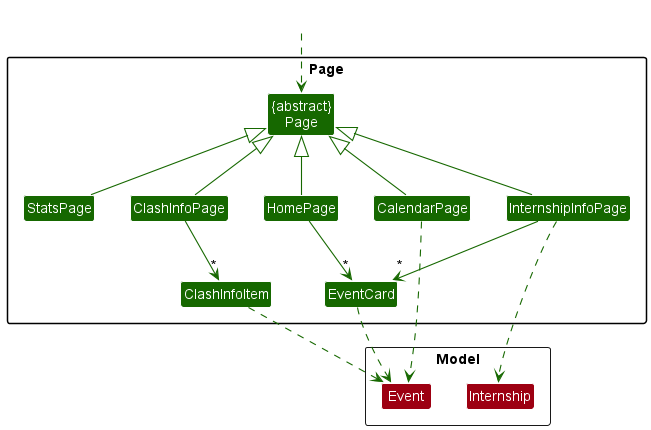
Above: docs/images/PageClasses.png in nus-cs2103-AY2223S2/tp (PlantUML), before the change. Its diagram source:
```plantuml
@startuml
!include style.puml
skinparam arrowThickness 1.1
skinparam arrowColor UI_COLOR_T3
skinparam classBackgroundColor UI_COLOR_T3

package Page {
class "{abstract}\nPage" as Page
class InternshipInfoPage
class ClashInfoPage
class ClashInfoItem
class StatsPage
class HomePage
class CalendarPage
class EventCard
}

Class HiddenOutside #FFFFFF
HiddenOutside ..> Page


package Model <<Rectangle>> {
Class Event MODEL_COLOR
Class Internship MODEL_COLOR
}


Page <|-down- InternshipInfoPage
Page <|-down- HomePage
Page <|-down- ClashInfoPage
Page <|-down- StatsPage
Page <|-down- CalendarPage

ClashInfoPage -down-> "*" ClashInfoItem
HomePage -down-> "*" EventCard
InternshipInfoPage -down-> "*" EventCard

EventCard .down.> Event
ClashInfoItem .down.> Event
CalendarPage .down.> Event

InternshipInfoPage .down.> Internship

StatsPage -[hidden]right- InternshipInfoPage
InternshipInfoPage -[hidden]right- HomePage
HomePage -[hidden]right- ClashInfoPage
ClashInfoPage -[hidden]right- CalendarPage

CalendarPage -[hidden]right- InternshipInfoPage


EventCard -[hidden]down- Event
InternshipInfoPage -[hidden]down- Internship



@enduml
```
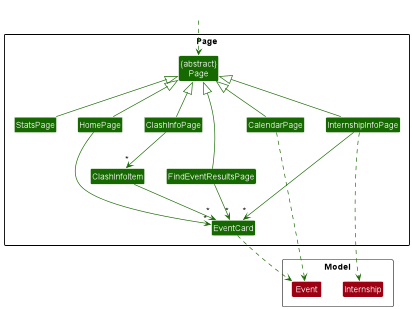
After the change.

Change to the diagram source:
```diff
@@ -13,6 +13,7 @@
 class HomePage
 class CalendarPage
 class EventCard
+class FindEventResultsPage
 }
 
 Class HiddenOutside #FFFFFF
@@ -30,13 +31,15 @@
 Page <|-down- ClashInfoPage
 Page <|-down- StatsPage
 Page <|-down- CalendarPage
+Page <|-down- FindEventResultsPage
 
 ClashInfoPage -down-> "*" ClashInfoItem
 HomePage -down-> "*" EventCard
 InternshipInfoPage -down-> "*" EventCard
+ClashInfoItem -down-> "*" EventCard
+FindEventResultsPage -down-> "*" EventCard
 
 EventCard .down.> Event
-ClashInfoItem .down.> Event
 CalendarPage .down.> Event
 
 InternshipInfoPage .down.> Internship
```
